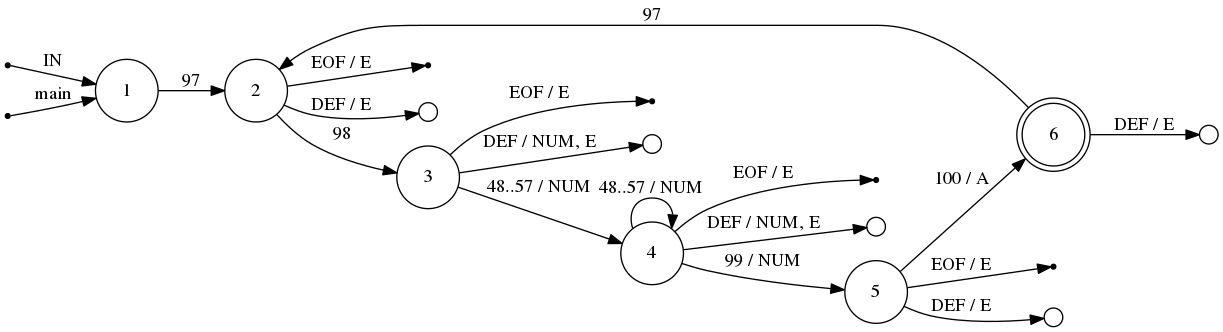
pradm007/PracticeRagel keeps this Graphviz diagram as sample.png. Above is the earlier version. Its source is kept beside it as sample.gv. Source of this version:
```dot
digraph foo {
	rankdir=LR;
	node [ shape = point ];
	ENTRY;
	en_1;
	eof_2;
	eof_3;
	eof_4;
	eof_5;
	node [ shape = circle, height = 0.2 ];
	err_2 [ label=""];
	err_3 [ label=""];
	err_4 [ label=""];
	err_5 [ label=""];
	err_6 [ label=""];
	node [ fixedsize = true, height = 0.65, shape = doublecircle ];
	6;
	node [ shape = circle ];
	1 -> 2 [ label = "97" ];
	2 -> 3 [ label = "98" ];
	2 -> err_2 [ label = "DEF / E" ];
	3 -> 4 [ label = "48..57 / NUM" ];
	3 -> err_3 [ label = "DEF / NUM, E" ];
	4 -> 4 [ label = "48..57 / NUM" ];
	4 -> 5 [ label = "99 / NUM" ];
	4 -> err_4 [ label = "DEF / NUM, E" ];
	5 -> 6 [ label = "100 / A" ];
	5 -> err_5 [ label = "DEF / E" ];
	6 -> 2 [ label = "97" ];
	6 -> err_6 [ label = "DEF / E" ];
	ENTRY -> 1 [ label = "IN" ];
	en_1 -> 1 [ label = "main" ];
	2 -> eof_2 [ label = "EOF / E" ];
	3 -> eof_3 [ label = "EOF / E" ];
	4 -> eof_4 [ label = "EOF / E" ];
	5 -> eof_5 [ label = "EOF / E" ];
}
```
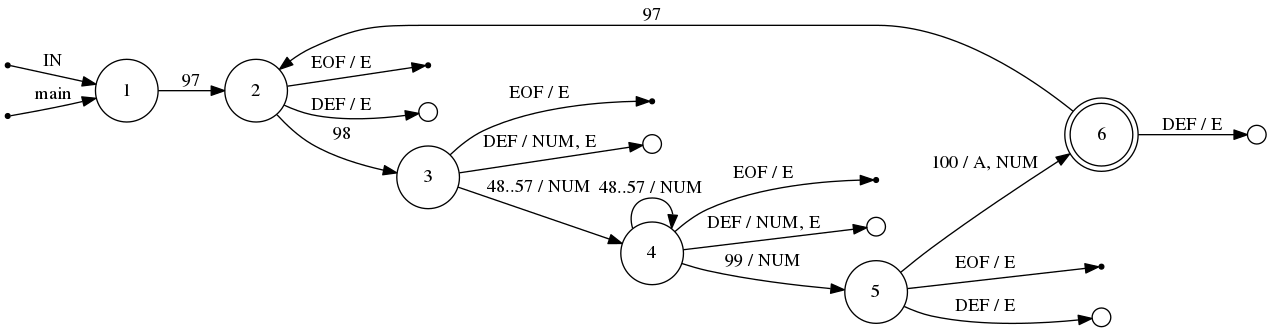
After the commit.

What changed in the source:
```diff
@@ -3,35 +3,18 @@
 	node [ shape = point ];
 	ENTRY;
 	en_1;
-	eof_2;
-	eof_3;
-	eof_4;
-	eof_5;
 	node [ shape = circle, height = 0.2 ];
-	err_2 [ label=""];
-	err_3 [ label=""];
-	err_4 [ label=""];
-	err_5 [ label=""];
-	err_6 [ label=""];
 	node [ fixedsize = true, height = 0.65, shape = doublecircle ];
-	6;
+	1;
+	2;
+	3;
 	node [ shape = circle ];
-	1 -> 2 [ label = "97" ];
-	2 -> 3 [ label = "98" ];
-	2 -> err_2 [ label = "DEF / E" ];
-	3 -> 4 [ label = "48..57 / NUM" ];
-	3 -> err_3 [ label = "DEF / NUM, E" ];
-	4 -> 4 [ label = "48..57 / NUM" ];
-	4 -> 5 [ label = "99 / NUM" ];
-	4 -> err_4 [ label = "DEF / NUM, E" ];
-	5 -> 6 [ label = "100 / A" ];
-	5 -> err_5 [ label = "DEF / E" ];
-	6 -> 2 [ label = "97" ];
-	6 -> err_6 [ label = "DEF / E" ];
+	1 -> 1 [ label = "97 / A" ];
+	1 -> 2 [ label = "98 / A" ];
+	1 -> 3 [ label = "99 / A" ];
+	2 -> 2 [ label = "98 / A" ];
+	2 -> 3 [ label = "99 / A" ];
+	3 -> 3 [ label = "99 / A" ];
 	ENTRY -> 1 [ label = "IN" ];
 	en_1 -> 1 [ label = "main" ];
-	2 -> eof_2 [ label = "EOF / E" ];
-	3 -> eof_3 [ label = "EOF / E" ];
-	4 -> eof_4 [ label = "EOF / E" ];
-	5 -> eof_5 [ label = "EOF / E" ];
 }
```
